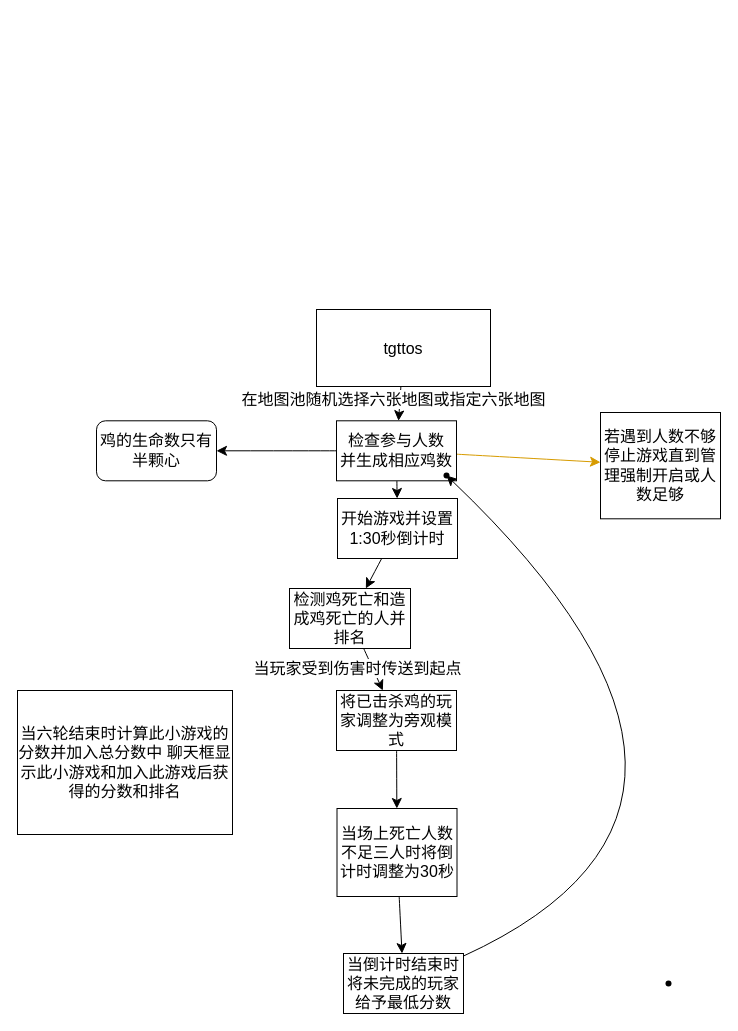
Above: 小游戏/小游戏-tgttos.drawio in nothing-championship/what-it-this (draw.io), before the change. Source tidied: cells renumbered, new cells numbered last; positions are measured from the earlier drawing's top-left corner, leaving out a move shared by most shapes. Both pictures are drawn from the tidied source at 100%, with x=0, y=0 at pixel (17, 309).
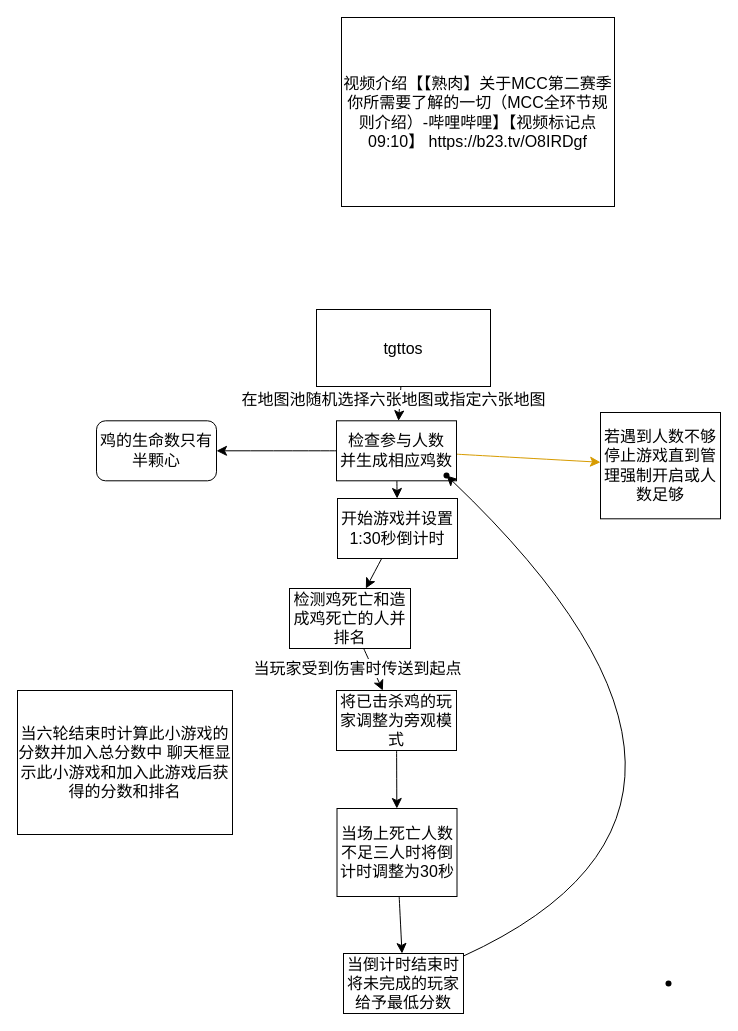
Above is the later version.

Commit message:
更新小游戏-tgttos.drawio

What changed in the source:
```diff
@@
+    <mxCell id="26" value="视频介绍【【熟肉】关于MCC第二赛季你所需要了解的一切（MCC全环节规则介绍）-哔哩哔哩】【视频标记点 09:10】 https://b23.tv/O8IRDgf" style="whiteSpace=wrap;html=1;fontSize=16;" parent="1" vertex="1">
+      <mxGeometry x="324" y="-292" width="273" height="189" as="geometry" />
+    </mxCell>
```
